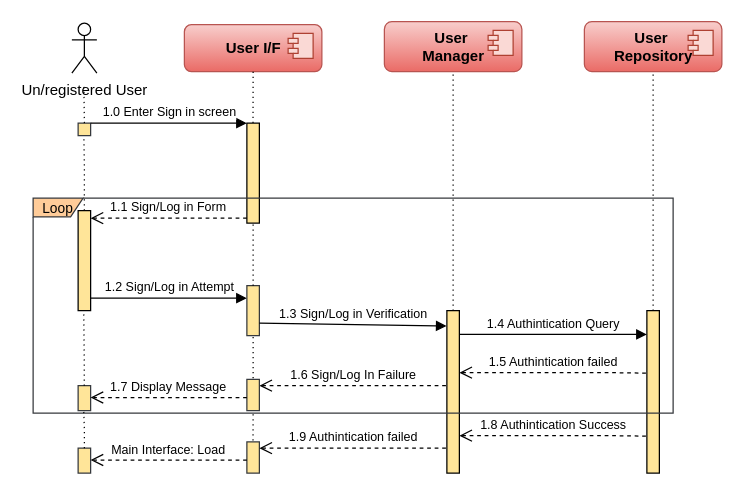
Above: page "SAD SUC-1" (2 of 3) of SAD Sequence Diagrams.drawio in Itaybarbar/myProject (draw.io), before the change. Source tidied: cells renumbered, new cells numbered last; positions are measured from the earlier drawing's top-left corner, leaving out a move shared by most shapes. Both pictures are drawn from the tidied source at 125%, with x=0, y=0 at pixel (32, 21).
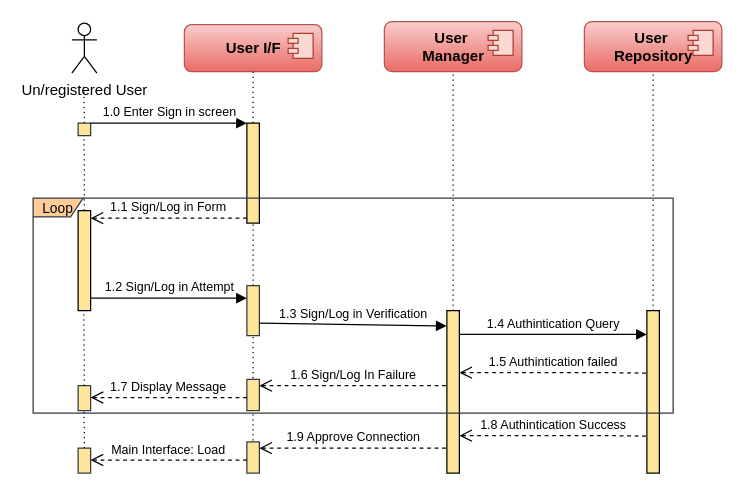
Above is the later version.

The edit, as a diff of the source:
```diff
@@
-    <mxCell id="33" value="&lt;font style=&quot;font-size: 10px&quot;&gt;1.9 Authintication failed&lt;/font&gt;" style="html=1;verticalAlign=bottom;endArrow=none;rounded=0;entryX=0.068;entryY=0.176;entryDx=0;entryDy=0;entryPerimeter=0;edgeStyle=orthogonalEdgeStyle;endFill=0;dashed=1;startArrow=open;startFill=0;endSize=6;startSize=8;" parent="1" edge="1">
+    <mxCell id="33" value="&lt;font style=&quot;font-size: 10px&quot;&gt;1.9 Approve Connection&lt;/font&gt;" style="html=1;verticalAlign=bottom;endArrow=none;rounded=0;entryX=0.068;entryY=0.176;entryDx=0;entryDy=0;entryPerimeter=0;edgeStyle=orthogonalEdgeStyle;endFill=0;dashed=1;startArrow=open;startFill=0;endSize=6;startSize=8;" parent="1" edge="1">
       <mxGeometry relative="1" as="geometry">
         <mxPoint x="181" y="341" as="sourcePoint" />
         <mxPoint x="331.7" y="341" as="targetPoint" />
         <Array as="points">
           <mxPoint x="291" y="341" />
           <mxPoint x="291" y="341" />
         </Array>
       </mxGeometry>
     </mxCell>
```
